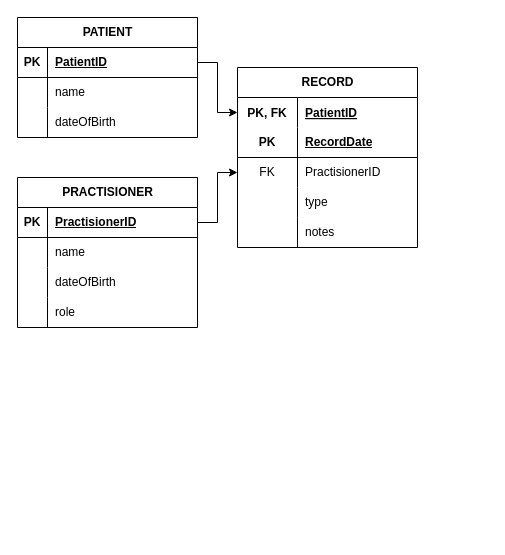
Above: doc/EntityRelationshipDiagram.drawio in marciehenderson/electronic-health (draw.io), before the change. Source tidied: cells renumbered, new cells numbered last; positions are measured from the earlier drawing's top-left corner, leaving out a move shared by most shapes. Both pictures are drawn from the tidied source at 100%, with x=0, y=0 at pixel (17, 17).
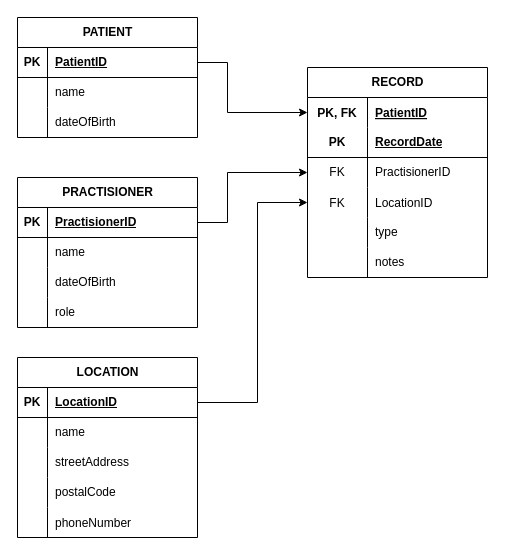
After the change.

The change refers to these unchanged cells:
```xml
<mxCell id="3" style="shape=tableRow;horizontal=0;startSize=0;swimlaneHead=0;swimlaneBody=0;fillColor=none;points=[[0,0.5],[1,0.5]];portConstraint=eastwest;top=0;left=0;right=0;bottom=1;" parent="2" vertex="1">
  <mxGeometry y="30" width="180" height="30" as="geometry" />
</mxCell>
<mxCell id="13" style="shape=tableRow;horizontal=0;startSize=0;swimlaneHead=0;swimlaneBody=0;fillColor=none;points=[[0,0.5],[1,0.5]];portConstraint=eastwest;top=0;left=0;right=0;bottom=1;" parent="12" vertex="1">
  <mxGeometry y="30" width="180" height="30" as="geometry" />
</mxCell>
<mxCell id="26" style="shape=tableRow;horizontal=0;startSize=0;swimlaneHead=0;swimlaneBody=0;fillColor=none;points=[[0,0.5],[1,0.5]];portConstraint=eastwest;top=0;left=0;right=0;bottom=0;" parent="25" vertex="1">
  <mxGeometry y="30" width="180" height="30" as="geometry" />
</mxCell>
<mxCell id="32" style="shape=tableRow;horizontal=0;startSize=0;swimlaneHead=0;swimlaneBody=0;fillColor=none;points=[[0,0.5],[1,0.5]];portConstraint=eastwest;top=0;left=0;right=0;bottom=0;" parent="25" vertex="1">
  <mxGeometry y="90" width="180" height="30" as="geometry" />
</mxCell>
```

The edit, as a diff of the source:
```diff
@@
     <mxCell id="25" value="RECORD" style="shape=table;startSize=30;childLayout=tableLayout;rowLines=0;fontStyle=1;align=center;html=1;" parent="1" vertex="1">
-      <mxGeometry x="220" y="50" width="180" height="180" as="geometry" />
+      <mxGeometry x="290" y="50" width="180" height="210" as="geometry" />
     </mxCell>
@@
+    <mxCell id="43" style="shape=tableRow;horizontal=0;startSize=0;swimlaneHead=0;swimlaneBody=0;fillColor=none;points=[[0,0.5],[1,0.5]];portConstraint=eastwest;top=0;left=0;right=0;bottom=0;" parent="25" vertex="1">
+      <mxGeometry y="120" width="180" height="30" as="geometry" />
+    </mxCell>
+    <mxCell id="44" value="FK" style="shape=partialRectangle;fillColor=none;top=0;left=0;bottom=0;right=0;overflow=hidden;" parent="43" vertex="1">
+      <mxGeometry width="60" height="30" as="geometry" />
+    </mxCell>
+    <mxCell id="45" value="LocationID" style="shape=partialRectangle;fillColor=none;top=0;left=0;bottom=0;right=0;align=left;spacingLeft=6;overflow=hidden;" parent="43" vertex="1">
+      <mxGeometry x="60" width="120" height="30" as="geometry" />
+    </mxCell>
     <mxCell id="35" style="shape=tableRow;horizontal=0;startSize=0;swimlaneHead=0;swimlaneBody=0;fillColor=none;top=0;left=0;right=0;bottom=0;" parent="25" vertex="1">
-      <mxGeometry y="120" width="180" height="30" as="geometry" />
+      <mxGeometry y="150" width="180" height="30" as="geometry" />
     </mxCell>
@@
     <mxCell id="38" style="shape=tableRow;horizontal=0;startSize=0;swimlaneHead=0;swimlaneBody=0;fillColor=none;top=0;left=0;right=0;bottom=0;" parent="25" vertex="1">
-      <mxGeometry y="150" width="180" height="30" as="geometry" />
+      <mxGeometry y="180" width="180" height="30" as="geometry" />
     </mxCell>
@@
     <mxCell id="41" style="edgeStyle=orthogonalEdgeStyle;rounded=0;jettySize=auto;html=1;exitX=1;exitY=0.5;exitDx=0;exitDy=0;entryX=0;entryY=0.5;entryDx=0;entryDy=0;" parent="1" edge="1" source="3" target="26">
-      <mxGeometry relative="1" as="geometry" />
+      <mxGeometry relative="1" as="geometry">
+        <Array as="points">
+          <mxPoint x="210" y="45" />
+          <mxPoint x="210" y="95" />
+        </Array>
+      </mxGeometry>
     </mxCell>
     <mxCell id="42" style="edgeStyle=orthogonalEdgeStyle;rounded=0;jettySize=auto;html=1;exitX=1;exitY=0.5;exitDx=0;exitDy=0;entryX=0;entryY=0.5;entryDx=0;entryDy=0;" parent="1" edge="1" source="13" target="32">
-      <mxGeometry relative="1" as="geometry" />
+      <mxGeometry relative="1" as="geometry">
+        <Array as="points">
+          <mxPoint x="210" y="205" />
+          <mxPoint x="210" y="155" />
+        </Array>
+      </mxGeometry>
     </mxCell>
+    <mxCell id="46" value="LOCATION" style="shape=table;startSize=30;childLayout=tableLayout;rowLines=0;fontStyle=1;align=center;html=1;" parent="1" vertex="1">
+      <mxGeometry y="340" width="180" height="180" as="geometry" />
+    </mxCell>
+    <mxCell id="47" style="shape=tableRow;horizontal=0;startSize=0;swimlaneHead=0;swimlaneBody=0;fillColor=none;points=[[0,0.5],[1,0.5]];portConstraint=eastwest;top=0;left=0;right=0;bottom=1;" parent="46" vertex="1">
+      <mxGeometry y="30" width="180" height="30" as="geometry" />
+    </mxCell>
+    <mxCell id="48" value="PK" style="shape=partialRectangle;fillColor=none;top=0;left=0;bottom=0;right=0;fontStyle=1;overflow=hidden;whiteSpace=wrap;html=1;" parent="47" vertex="1">
+      <mxGeometry width="30" height="30" as="geometry" />
+    </mxCell>
+    <mxCell id="49" value="LocationID" style="shape=partialRectangle;fillColor=none;top=0;left=0;bottom=0;right=0;align=left;spacingLeft=6;fontStyle=5;overflow=hidden;whiteSpace=wrap;html=1;" parent="47" vertex="1">
+      <mxGeometry x="30" width="150" height="30" as="geometry" />
+    </mxCell>
+    <mxCell id="50" style="shape=tableRow;horizontal=0;startSize=0;swimlaneHead=0;swimlaneBody=0;fillColor=none;top=0;left=0;right=0;bottom=0;" parent="46" vertex="1">
+      <mxGeometry y="60" width="180" height="30" as="geometry" />
+    </mxCell>
+    <mxCell id="51" style="shape=partialRectangle;fillColor=none;top=0;left=0;bottom=0;right=0;overflow=hidden;whiteSpace=wrap;html=1;" parent="50" vertex="1">
+      <mxGeometry width="30" height="30" as="geometry" />
+    </mxCell>
+    <mxCell id="52" value="name" style="shape=partialRectangle;fillColor=none;top=0;left=0;bottom=0;right=0;align=left;spacingLeft=6;overflow=hidden;whiteSpace=wrap;html=1;" parent="50" vertex="1">
+      <mxGeometry x="30" width="150" height="30" as="geometry" />
+    </mxCell>
+    <mxCell id="53" style="shape=tableRow;horizontal=0;startSize=0;swimlaneHead=0;swimlaneBody=0;fillColor=none;top=0;left=0;right=0;bottom=0;" parent="46" vertex="1">
+      <mxGeometry y="90" width="180" height="30" as="geometry" />
+    </mxCell>
+    <mxCell id="54" style="shape=partialRectangle;fillColor=none;top=0;left=0;bottom=0;right=0;overflow=hidden;whiteSpace=wrap;html=1;" parent="53" vertex="1">
+      <mxGeometry width="30" height="30" as="geometry" />
+    </mxCell>
+    <mxCell id="55" value="streetAddress" style="shape=partialRectangle;fillColor=none;top=0;left=0;bottom=0;right=0;align=left;spacingLeft=6;overflow=hidden;whiteSpace=wrap;html=1;" parent="53" vertex="1">
+      <mxGeometry x="30" width="150" height="30" as="geometry" />
+    </mxCell>
+    <mxCell id="56" style="shape=tableRow;horizontal=0;startSize=0;swimlaneHead=0;swimlaneBody=0;fillColor=none;top=0;left=0;right=0;bottom=0;" parent="46" vertex="1">
+      <mxGeometry y="120" width="180" height="30" as="geometry" />
+    </mxCell>
+    <mxCell id="57" style="shape=partialRectangle;fillColor=none;top=0;left=0;bottom=0;right=0;overflow=hidden;whiteSpace=wrap;html=1;" parent="56" vertex="1">
+      <mxGeometry width="30" height="30" as="geometry" />
+    </mxCell>
+    <mxCell id="58" value="postalCode" style="shape=partialRectangle;fillColor=none;top=0;left=0;bottom=0;right=0;align=left;spacingLeft=6;overflow=hidden;whiteSpace=wrap;html=1;" parent="56" vertex="1">
+      <mxGeometry x="30" width="150" height="30" as="geometry" />
+    </mxCell>
+    <mxCell id="59" style="shape=tableRow;horizontal=0;startSize=0;swimlaneHead=0;swimlaneBody=0;fillColor=none;top=0;left=0;right=0;bottom=0;" parent="46" vertex="1">
+      <mxGeometry y="150" width="180" height="30" as="geometry" />
+    </mxCell>
+    <mxCell id="60" style="shape=partialRectangle;fillColor=none;top=0;left=0;bottom=0;right=0;overflow=hidden;" parent="59" vertex="1">
+      <mxGeometry width="30" height="30" as="geometry" />
+    </mxCell>
+    <mxCell id="61" value="phoneNumber" style="shape=partialRectangle;fillColor=none;top=0;left=0;bottom=0;right=0;align=left;spacingLeft=6;overflow=hidden;" parent="59" vertex="1">
+      <mxGeometry x="30" width="150" height="30" as="geometry" />
+    </mxCell>
+    <mxCell id="62" style="edgeStyle=orthogonalEdgeStyle;rounded=0;jettySize=auto;html=1;exitX=1;exitY=0.5;exitDx=0;exitDy=0;entryX=0;entryY=0.5;entryDx=0;entryDy=0;" parent="1" edge="1" source="47" target="43">
+      <mxGeometry relative="1" as="geometry">
+        <Array as="points">
+          <mxPoint x="240" y="385" />
+          <mxPoint x="240" y="185" />
+        </Array>
+      </mxGeometry>
+    </mxCell>
```
